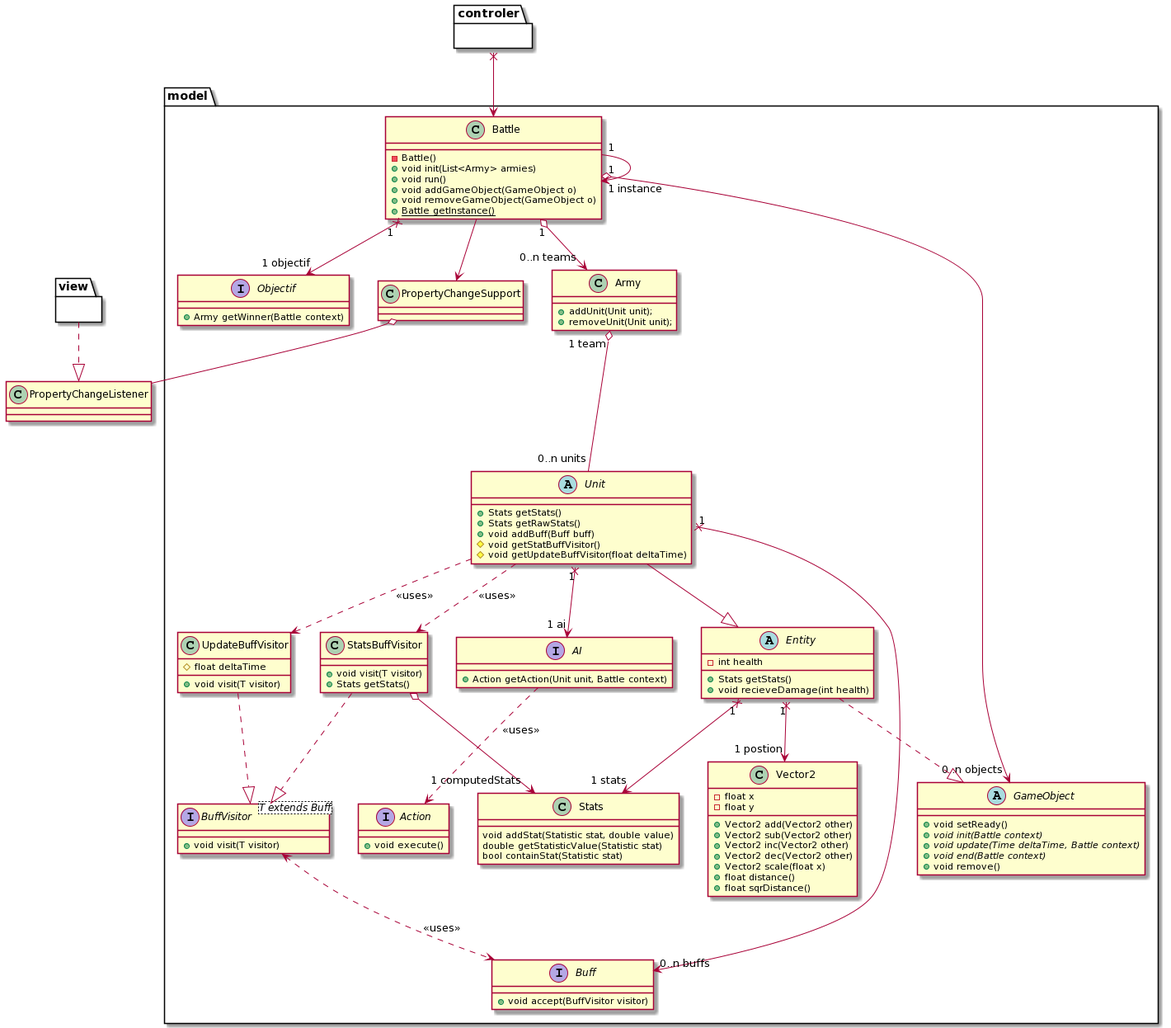
Before: render/conception/conception.png, a diagram exported from PlantUML (diegorodriguez31/livebattlesimulator). Its diagram source:
```plantuml
@startuml
namespace model{

class Battle {
    - Battle()
    + void init(List<Army> armies)
    + void run()
    + void addGameObject(GameObject o)
    + void removeGameObject(GameObject o)
    + {static} Battle getInstance()
}

interface Objectif{
    + Army getWinner(Battle context)
}

class Army {
    + addUnit(Unit unit);
    + removeUnit(Unit unit);
}

abstract class GameObject{
    + void setReady()
    + {abstract}void init(Battle context)
    + {abstract}void update(Time deltaTime, Battle context)
    + {abstract}void end(Battle context)
    + void remove()
}

abstract class Entity{
    - int health
    + Stats getStats()
    + void recieveDamage(int health)
}

abstract class Unit {
    + Stats getStats()
    + Stats getRawStats()
    + void addBuff(Buff buff)
    # void getStatBuffVisitor()
    # void getUpdateBuffVisitor(float deltaTime)
}

class Stats {
    void addStat(Statistic stat, double value)
    double getStatisticValue(Statistic stat)
    bool containStat(Statistic stat)
}

interface AI {
    + Action getAction(Unit unit, Battle context)
}

class Vector2{
    - float x
    - float y
    + Vector2 add(Vector2 other)
    + Vector2 sub(Vector2 other)
    + Vector2 inc(Vector2 other)
    + Vector2 dec(Vector2 other)
    + Vector2 scale(float x)
    + float distance()
    + float sqrDistance()
}

interface Action{
    + void execute()
}

interface Buff{
    + void accept(BuffVisitor visitor)
}

interface BuffVisitor<T extends Buff>{
    + void visit(T visitor)
}

class UpdateBuffVisitor{
    # float deltaTime
    + void visit(T visitor)
}

class StatsBuffVisitor{
    + void visit(T visitor)
    + Stats getStats()
}

Battle "1" o--> "0..n teams" Army
Battle "1" o--> "0..n objects" GameObject
Battle "1" x--> "1 objectif" Objectif
Unit "1" x--> "1 ai" AI
Unit "1" x--> "0..n buffs" Buff
Entity "1" x--> "1 postion" Vector2
Entity "1" x--> "1 stats" Stats
Battle "1" --> "1 instance "Battle


Army "1 team" o--- "0..n units" Unit

AI ..> Action : "<<uses>>"
Unit ..> UpdateBuffVisitor : "<<uses>>"
Unit ..> StatsBuffVisitor : "<<uses>>"
BuffVisitor <..> Buff : "<<uses>>"
StatsBuffVisitor o--> "1 computedStats" Stats

Entity ..|> GameObject
StatsBuffVisitor ..|> BuffVisitor
UpdateBuffVisitor ..|> BuffVisitor
Unit --|> Entity
Battle --> PropertyChangeSupport

}

namespace view{

}

namespace controler{

}

view ..|> PropertyChangeListener

model.PropertyChangeSupport o-- PropertyChangeListener
controler x--> model.Battle
@enduml
```
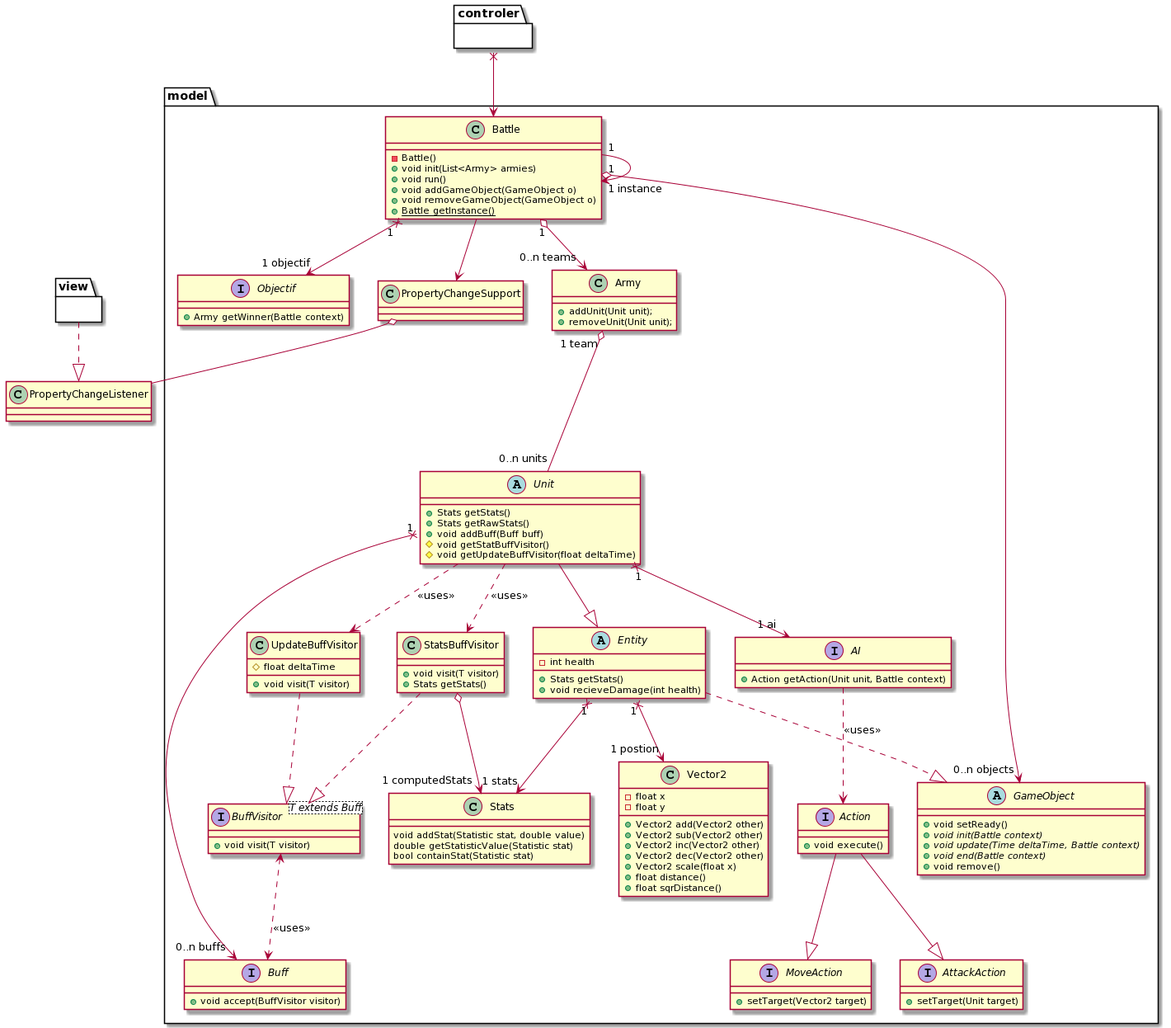
Later version of the same file.

Diff of the diagram source:
```diff
@@ -75,6 +75,14 @@
     + void visit(T visitor)
 }
 
+interface AttackAction{
+    +setTarget(Unit target)
+}
+
+interface MoveAction{
+    +setTarget(Vector2 target)
+}
+
 class UpdateBuffVisitor{
     # float deltaTime
     + void visit(T visitor)
@@ -98,6 +106,8 @@
 Army "1 team" o--- "0..n units" Unit
 
 AI ..> Action : "<<uses>>"
+Action --|> MoveAction
+Action --|> AttackAction
 Unit ..> UpdateBuffVisitor : "<<uses>>"
 Unit ..> StatsBuffVisitor : "<<uses>>"
 BuffVisitor <..> Buff : "<<uses>>"
```
